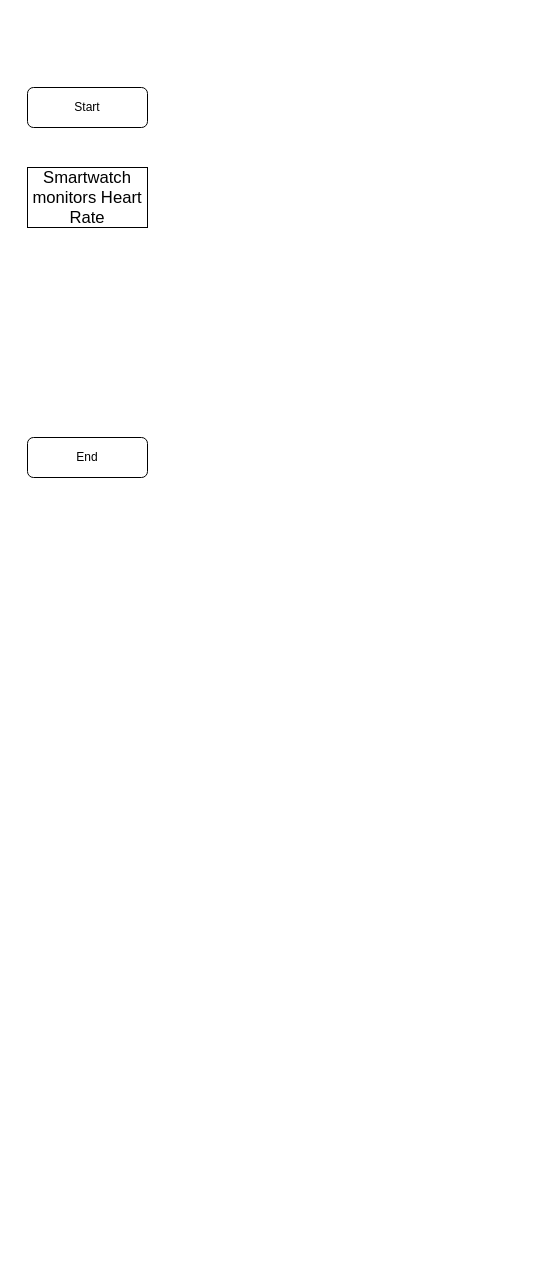
Earlier version of the draw.io diagram src/Untitled Diagram.drawio (Panacota96/Group-11--Secure-against-personal-assaults-with-IoT-and-AI). Source tidied: cells renumbered, new cells numbered last; positions are measured from the earlier drawing's top-left corner, leaving out a move shared by most shapes. Both pictures are drawn from the tidied source at 100%, with x=0, y=0 at pixel (27, 87).
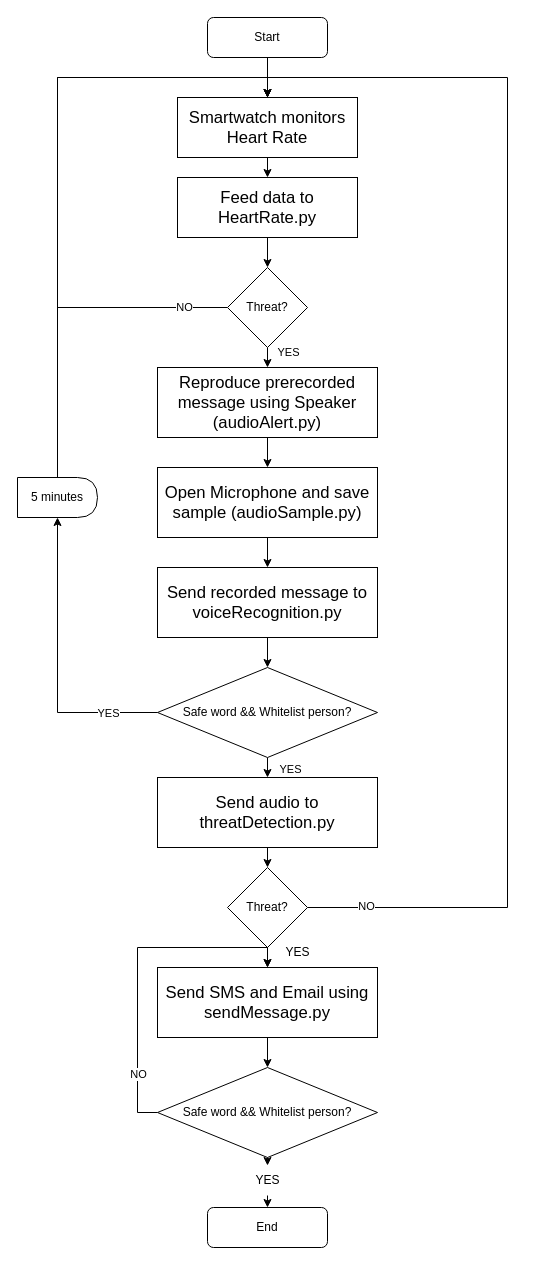
Above is the later version.

What changed in the source:
```diff
@@
-<mxGraphModel>
+<mxGraphModel background="#ffffff">
@@
+    <mxCell id="5" style="edgeStyle=orthogonalEdgeStyle;rounded=0;jettySize=auto;html=1;exitX=0.5;exitY=1;exitDx=0;exitDy=0;entryX=0.5;entryY=0;entryDx=0;entryDy=0;" parent="1" edge="1" source="2" target="4">
+      <mxGeometry relative="1" as="geometry" />
+    </mxCell>
     <mxCell id="2" value="Start" style="rounded=1;whiteSpace=wrap;html=1;fontSize=12;glass=0;strokeWidth=1;shadow=0;" parent="1" vertex="1">
-      <mxGeometry width="120" height="40" as="geometry" />
+      <mxGeometry x="180" y="-70" width="120" height="40" as="geometry" />
     </mxCell>
     <mxCell id="3" value="End" style="rounded=1;whiteSpace=wrap;html=1;fontSize=12;glass=0;strokeWidth=1;shadow=0;" parent="1" vertex="1">
-      <mxGeometry y="350" width="120" height="40" as="geometry" />
+      <mxGeometry x="180" y="1120" width="120" height="40" as="geometry" />
     </mxCell>
+    <mxCell id="6" style="edgeStyle=orthogonalEdgeStyle;rounded=0;jettySize=auto;html=1;exitX=0.5;exitY=1;exitDx=0;exitDy=0;entryX=0.5;entryY=0;entryDx=0;entryDy=0;" parent="1" edge="1" source="4" target="8">
+      <mxGeometry relative="1" as="geometry" />
+    </mxCell>
     <mxCell id="4" value="&lt;span data-lucid-content=&quot;{&amp;quot;t&amp;quot;:&amp;quot;Smartwatch monitors Heart Rate&amp;quot;,&amp;quot;m&amp;quot;:[{&amp;quot;s&amp;quot;:0,&amp;quot;n&amp;quot;:&amp;quot;p&amp;quot;,&amp;quot;v&amp;quot;:1.2},{&amp;quot;s&amp;quot;:0,&amp;quot;n&amp;quot;:&amp;quot;a&amp;quot;,&amp;quot;v&amp;quot;:&amp;quot;center&amp;quot;},{&amp;quot;s&amp;quot;:0,&amp;quot;n&amp;quot;:&amp;quot;s&amp;quot;,&amp;quot;v&amp;quot;:22.22222222222222,&amp;quot;e&amp;quot;:30},{&amp;quot;s&amp;quot;:0,&amp;quot;n&amp;quot;:&amp;quot;fsp&amp;quot;,&amp;quot;v&amp;quot;:&amp;quot;ss_presetShapeStyle2_textStyle&amp;quot;,&amp;quot;e&amp;quot;:30},{&amp;quot;s&amp;quot;:0,&amp;quot;n&amp;quot;:&amp;quot;fsp2&amp;quot;,&amp;quot;v&amp;quot;:&amp;quot;ss_presetShapeStyle2_textStyle&amp;quot;,&amp;quot;e&amp;quot;:30}]}&quot;&gt;&lt;span style=&quot;color:#000000;font-size:16.666666666666664px;&quot;&gt;Smartwatch monitors Heart Rate&lt;/span&gt;&lt;/span&gt;" style="rounded=0;whiteSpace=wrap;html=1;" parent="1" vertex="1">
-      <mxGeometry y="80" width="120" height="60" as="geometry" />
+      <mxGeometry x="150" y="10" width="180" height="60" as="geometry" />
     </mxCell>
+    <mxCell id="7" style="edgeStyle=orthogonalEdgeStyle;rounded=0;jettySize=auto;html=1;exitX=0.5;exitY=1;exitDx=0;exitDy=0;entryX=0.5;entryY=0;entryDx=0;entryDy=0;" parent="1" edge="1" source="8" target="13">
+      <mxGeometry relative="1" as="geometry" />
+    </mxCell>
+    <mxCell id="8" value="&lt;span data-lucid-content=&quot;{&amp;quot;t&amp;quot;:&amp;quot;Feed data to HeartRate.py&amp;quot;,&amp;quot;m&amp;quot;:[{&amp;quot;s&amp;quot;:0,&amp;quot;n&amp;quot;:&amp;quot;p&amp;quot;,&amp;quot;v&amp;quot;:1.2},{&amp;quot;s&amp;quot;:0,&amp;quot;n&amp;quot;:&amp;quot;a&amp;quot;,&amp;quot;v&amp;quot;:&amp;quot;center&amp;quot;},{&amp;quot;s&amp;quot;:0,&amp;quot;n&amp;quot;:&amp;quot;s&amp;quot;,&amp;quot;v&amp;quot;:22.22222222222222,&amp;quot;e&amp;quot;:25},{&amp;quot;s&amp;quot;:0,&amp;quot;n&amp;quot;:&amp;quot;fsp&amp;quot;,&amp;quot;v&amp;quot;:&amp;quot;ss_presetShapeStyle2_textStyle&amp;quot;,&amp;quot;e&amp;quot;:25},{&amp;quot;s&amp;quot;:0,&amp;quot;n&amp;quot;:&amp;quot;fsp2&amp;quot;,&amp;quot;v&amp;quot;:&amp;quot;ss_presetShapeStyle2_textStyle&amp;quot;,&amp;quot;e&amp;quot;:25}]}&quot;&gt;&lt;span style=&quot;color:#000000;font-size:16.666666666666664px;&quot;&gt;Feed data to HeartRate.py&lt;/span&gt;&lt;/span&gt;" style="rounded=0;whiteSpace=wrap;html=1;" parent="1" vertex="1">
+      <mxGeometry x="150" y="90" width="180" height="60" as="geometry" />
+    </mxCell>
+    <mxCell id="9" style="edgeStyle=orthogonalEdgeStyle;rounded=0;jettySize=auto;html=1;exitX=0;exitY=0.5;exitDx=0;exitDy=0;entryX=0.5;entryY=0;entryDx=0;entryDy=0;" parent="1" edge="1" source="13" target="4">
+      <mxGeometry relative="1" as="geometry">
+        <Array as="points">
+          <mxPoint x="30" y="220" />
+          <mxPoint x="30" y="-10" />
+          <mxPoint x="240" y="-10" />
+        </Array>
+      </mxGeometry>
+    </mxCell>
+    <mxCell id="10" value="NO" style="edgeLabel;html=1;align=center;verticalAlign=middle;" parent="9" vertex="1">
+      <mxGeometry x="-0.86" y="-1" relative="1" as="geometry" />
+    </mxCell>
+    <mxCell id="11" style="edgeStyle=orthogonalEdgeStyle;rounded=0;jettySize=auto;html=1;exitX=0.5;exitY=1;exitDx=0;exitDy=0;entryX=0.5;entryY=0;entryDx=0;entryDy=0;" parent="1" edge="1" source="13" target="15">
+      <mxGeometry relative="1" as="geometry" />
+    </mxCell>
+    <mxCell id="12" value="YES" style="edgeLabel;html=1;align=center;verticalAlign=middle;" parent="11" vertex="1">
+      <mxGeometry x="-0.6" y="-1" relative="1" as="geometry">
+        <mxPoint x="21" as="offset" />
+      </mxGeometry>
+    </mxCell>
+    <mxCell id="13" value="Threat?" style="rhombus;whiteSpace=wrap;html=1;" parent="1" vertex="1">
+      <mxGeometry x="200" y="180" width="80" height="80" as="geometry" />
+    </mxCell>
+    <mxCell id="14" style="edgeStyle=orthogonalEdgeStyle;rounded=0;jettySize=auto;html=1;exitX=0.5;exitY=1;exitDx=0;exitDy=0;entryX=0.5;entryY=0;entryDx=0;entryDy=0;" parent="1" edge="1" source="15" target="17">
+      <mxGeometry relative="1" as="geometry" />
+    </mxCell>
+    <mxCell id="15" value="&lt;span data-lucid-content=&quot;{&amp;quot;t&amp;quot;:&amp;quot;Reproduce prerecorded message using Speaker (audioAlert.py)&amp;quot;,&amp;quot;m&amp;quot;:[{&amp;quot;s&amp;quot;:0,&amp;quot;n&amp;quot;:&amp;quot;p&amp;quot;,&amp;quot;v&amp;quot;:1.2},{&amp;quot;s&amp;quot;:0,&amp;quot;n&amp;quot;:&amp;quot;a&amp;quot;,&amp;quot;v&amp;quot;:&amp;quot;center&amp;quot;},{&amp;quot;s&amp;quot;:0,&amp;quot;n&amp;quot;:&amp;quot;s&amp;quot;,&amp;quot;v&amp;quot;:22.22222222222222,&amp;quot;e&amp;quot;:59},{&amp;quot;s&amp;quot;:0,&amp;quot;n&amp;quot;:&amp;quot;fsp&amp;quot;,&amp;quot;v&amp;quot;:&amp;quot;ss_presetShapeStyle2_textStyle&amp;quot;,&amp;quot;e&amp;quot;:59},{&amp;quot;s&amp;quot;:0,&amp;quot;n&amp;quot;:&amp;quot;fsp2&amp;quot;,&amp;quot;v&amp;quot;:&amp;quot;ss_presetShapeStyle2_textStyle&amp;quot;,&amp;quot;e&amp;quot;:59}]}&quot;&gt;&lt;span style=&quot;color:#000000;font-size:16.666666666666664px;&quot;&gt;Reproduce prerecorded message using Speaker (audioAlert.py)&lt;/span&gt;&lt;/span&gt;" style="rounded=0;whiteSpace=wrap;html=1;" parent="1" vertex="1">
+      <mxGeometry x="130" y="280" width="220" height="70" as="geometry" />
+    </mxCell>
+    <mxCell id="16" style="edgeStyle=orthogonalEdgeStyle;rounded=0;jettySize=auto;html=1;exitX=0.5;exitY=1;exitDx=0;exitDy=0;entryX=0.5;entryY=0;entryDx=0;entryDy=0;" parent="1" edge="1" source="17" target="19">
+      <mxGeometry relative="1" as="geometry" />
+    </mxCell>
+    <mxCell id="17" value="&lt;span data-lucid-content=&quot;{&amp;quot;t&amp;quot;:&amp;quot;Open Microphone and save sample (audioSample.py)&amp;quot;,&amp;quot;m&amp;quot;:[{&amp;quot;s&amp;quot;:0,&amp;quot;n&amp;quot;:&amp;quot;p&amp;quot;,&amp;quot;v&amp;quot;:1.2},{&amp;quot;s&amp;quot;:0,&amp;quot;n&amp;quot;:&amp;quot;a&amp;quot;,&amp;quot;v&amp;quot;:&amp;quot;center&amp;quot;},{&amp;quot;s&amp;quot;:0,&amp;quot;n&amp;quot;:&amp;quot;s&amp;quot;,&amp;quot;v&amp;quot;:22.22222222222222,&amp;quot;e&amp;quot;:48},{&amp;quot;s&amp;quot;:0,&amp;quot;n&amp;quot;:&amp;quot;fsp&amp;quot;,&amp;quot;v&amp;quot;:&amp;quot;ss_presetShapeStyle2_textStyle&amp;quot;,&amp;quot;e&amp;quot;:48},{&amp;quot;s&amp;quot;:0,&amp;quot;n&amp;quot;:&amp;quot;fsp2&amp;quot;,&amp;quot;v&amp;quot;:&amp;quot;ss_presetShapeStyle2_textStyle&amp;quot;,&amp;quot;e&amp;quot;:48}]}&quot;&gt;&lt;span style=&quot;color:#000000;font-size:16.666666666666664px;&quot;&gt;Open Microphone and save sample (audioSample.py)&lt;/span&gt;&lt;/span&gt;" style="rounded=0;whiteSpace=wrap;html=1;" parent="1" vertex="1">
+      <mxGeometry x="130" y="380" width="220" height="70" as="geometry" />
+    </mxCell>
+    <mxCell id="18" style="edgeStyle=orthogonalEdgeStyle;rounded=0;jettySize=auto;html=1;exitX=0.5;exitY=1;exitDx=0;exitDy=0;entryX=0.5;entryY=0;entryDx=0;entryDy=0;" parent="1" edge="1" source="19" target="21">
+      <mxGeometry relative="1" as="geometry" />
+    </mxCell>
+    <mxCell id="19" value="&lt;span data-lucid-content=&quot;{&amp;quot;t&amp;quot;:&amp;quot;Send recorded message to voiceRecognition.py&amp;quot;,&amp;quot;m&amp;quot;:[{&amp;quot;s&amp;quot;:0,&amp;quot;n&amp;quot;:&amp;quot;p&amp;quot;,&amp;quot;v&amp;quot;:1.2},{&amp;quot;s&amp;quot;:0,&amp;quot;n&amp;quot;:&amp;quot;a&amp;quot;,&amp;quot;v&amp;quot;:&amp;quot;center&amp;quot;},{&amp;quot;s&amp;quot;:0,&amp;quot;n&amp;quot;:&amp;quot;s&amp;quot;,&amp;quot;v&amp;quot;:22.22222222222222,&amp;quot;e&amp;quot;:44},{&amp;quot;s&amp;quot;:0,&amp;quot;n&amp;quot;:&amp;quot;fsp&amp;quot;,&amp;quot;v&amp;quot;:&amp;quot;ss_presetShapeStyle2_textStyle&amp;quot;,&amp;quot;e&amp;quot;:44},{&amp;quot;s&amp;quot;:0,&amp;quot;n&amp;quot;:&amp;quot;fsp2&amp;quot;,&amp;quot;v&amp;quot;:&amp;quot;ss_presetShapeStyle2_textStyle&amp;quot;,&amp;quot;e&amp;quot;:44}]}&quot;&gt;&lt;span style=&quot;color:#000000;font-size:16.666666666666664px;&quot;&gt;Send recorded message to voiceRecognition.py&lt;/span&gt;&lt;/span&gt;" style="rounded=0;whiteSpace=wrap;html=1;" parent="1" vertex="1">
+      <mxGeometry x="130" y="480" width="220" height="70" as="geometry" />
+    </mxCell>
+    <mxCell id="20" style="edgeStyle=orthogonalEdgeStyle;rounded=0;jettySize=auto;html=1;exitX=0.5;exitY=1;exitDx=0;exitDy=0;entryX=0.5;entryY=0;entryDx=0;entryDy=0;" parent="1" edge="1" source="21" target="27">
+      <mxGeometry relative="1" as="geometry" />
+    </mxCell>
+    <mxCell id="21" value="Safe word &amp;amp;&amp;amp; Whitelist person?" style="rhombus;whiteSpace=wrap;html=1;" parent="1" vertex="1">
+      <mxGeometry x="130" y="580" width="220" height="90" as="geometry" />
+    </mxCell>
+    <mxCell id="22" style="edgeStyle=orthogonalEdgeStyle;rounded=0;jettySize=auto;html=1;exitX=0;exitY=0.5;exitDx=0;exitDy=0;" parent="1" edge="1" source="21" target="25">
+      <mxGeometry relative="1" as="geometry" />
+    </mxCell>
+    <mxCell id="23" value="YES" style="edgeLabel;html=1;align=center;verticalAlign=middle;" parent="22" vertex="1">
+      <mxGeometry x="-0.94" y="3" relative="1" as="geometry">
+        <mxPoint x="-41" y="-3" as="offset" />
+      </mxGeometry>
+    </mxCell>
+    <mxCell id="24" style="edgeStyle=orthogonalEdgeStyle;rounded=0;jettySize=auto;html=1;exitX=0.5;exitY=0;exitDx=0;exitDy=0;entryX=0.5;entryY=0;entryDx=0;entryDy=0;" parent="1" edge="1" source="25" target="4">
+      <mxGeometry relative="1" as="geometry" />
+    </mxCell>
+    <mxCell id="25" value="5 minutes" style="shape=delay;whiteSpace=wrap;html=1;" parent="1" vertex="1">
+      <mxGeometry x="-10" y="390" width="80" height="40" as="geometry" />
+    </mxCell>
+    <mxCell id="26" style="edgeStyle=orthogonalEdgeStyle;rounded=0;jettySize=auto;html=1;exitX=0.5;exitY=1;exitDx=0;exitDy=0;entryX=0.5;entryY=0;entryDx=0;entryDy=0;" parent="1" edge="1" source="27" target="32">
+      <mxGeometry relative="1" as="geometry" />
+    </mxCell>
+    <mxCell id="27" value="&lt;span data-lucid-content=&quot;{&amp;quot;t&amp;quot;:&amp;quot;Send audio to threatDetection.py&amp;quot;,&amp;quot;m&amp;quot;:[{&amp;quot;s&amp;quot;:0,&amp;quot;n&amp;quot;:&amp;quot;p&amp;quot;,&amp;quot;v&amp;quot;:1.2},{&amp;quot;s&amp;quot;:0,&amp;quot;n&amp;quot;:&amp;quot;a&amp;quot;,&amp;quot;v&amp;quot;:&amp;quot;center&amp;quot;},{&amp;quot;s&amp;quot;:0,&amp;quot;n&amp;quot;:&amp;quot;s&amp;quot;,&amp;quot;v&amp;quot;:22.22222222222222,&amp;quot;e&amp;quot;:32},{&amp;quot;s&amp;quot;:0,&amp;quot;n&amp;quot;:&amp;quot;fsp&amp;quot;,&amp;quot;v&amp;quot;:&amp;quot;ss_presetShapeStyle2_textStyle&amp;quot;,&amp;quot;e&amp;quot;:32},{&amp;quot;s&amp;quot;:0,&amp;quot;n&amp;quot;:&amp;quot;fsp2&amp;quot;,&amp;quot;v&amp;quot;:&amp;quot;ss_presetShapeStyle2_textStyle&amp;quot;,&amp;quot;e&amp;quot;:32}]}&quot;&gt;&lt;span style=&quot;color:#000000;font-size:16.666666666666664px;&quot;&gt;Send audio to threatDetection.py&lt;/span&gt;&lt;/span&gt;" style="rounded=0;whiteSpace=wrap;html=1;" parent="1" vertex="1">
+      <mxGeometry x="130" y="690" width="220" height="70" as="geometry" />
+    </mxCell>
+    <mxCell id="28" value="YES" style="edgeLabel;html=1;align=center;verticalAlign=middle;" parent="1" vertex="1">
+      <mxGeometry x="440" y="530" as="geometry">
+        <mxPoint x="-178" y="151" as="offset" />
+      </mxGeometry>
+    </mxCell>
+    <mxCell id="29" style="edgeStyle=orthogonalEdgeStyle;rounded=0;jettySize=auto;html=1;exitX=1;exitY=0.5;exitDx=0;exitDy=0;entryX=0.5;entryY=0;entryDx=0;entryDy=0;" parent="1" edge="1" source="32" target="4">
+      <mxGeometry relative="1" as="geometry">
+        <Array as="points">
+          <mxPoint x="480" y="820" />
+          <mxPoint x="480" y="-10" />
+          <mxPoint x="240" y="-10" />
+        </Array>
+      </mxGeometry>
+    </mxCell>
+    <mxCell id="30" value="NO" style="edgeLabel;html=1;align=center;verticalAlign=middle;" parent="29" vertex="1">
+      <mxGeometry x="-0.91" y="2" relative="1" as="geometry" />
+    </mxCell>
+    <mxCell id="31" style="edgeStyle=orthogonalEdgeStyle;rounded=0;jettySize=auto;html=1;exitX=0.5;exitY=1;exitDx=0;exitDy=0;entryX=0.5;entryY=0;entryDx=0;entryDy=0;" parent="1" edge="1" source="32" target="34">
+      <mxGeometry relative="1" as="geometry" />
+    </mxCell>
+    <mxCell id="32" value="Threat?" style="rhombus;whiteSpace=wrap;html=1;" parent="1" vertex="1">
+      <mxGeometry x="200" y="780" width="80" height="80" as="geometry" />
+    </mxCell>
+    <mxCell id="33" style="edgeStyle=orthogonalEdgeStyle;rounded=0;jettySize=auto;html=1;exitX=0.5;exitY=1;exitDx=0;exitDy=0;entryX=0.5;entryY=0;entryDx=0;entryDy=0;" parent="1" edge="1" source="34" target="39">
+      <mxGeometry relative="1" as="geometry" />
+    </mxCell>
+    <mxCell id="34" value="&lt;span data-lucid-content=&quot;{&amp;quot;t&amp;quot;:&amp;quot;Send SMS and Email using sendMessage.py&amp;quot;,&amp;quot;m&amp;quot;:[{&amp;quot;s&amp;quot;:0,&amp;quot;n&amp;quot;:&amp;quot;p&amp;quot;,&amp;quot;v&amp;quot;:1.2},{&amp;quot;s&amp;quot;:0,&amp;quot;n&amp;quot;:&amp;quot;a&amp;quot;,&amp;quot;v&amp;quot;:&amp;quot;center&amp;quot;},{&amp;quot;s&amp;quot;:0,&amp;quot;n&amp;quot;:&amp;quot;s&amp;quot;,&amp;quot;v&amp;quot;:22.22222222222222,&amp;quot;e&amp;quot;:39},{&amp;quot;s&amp;quot;:0,&amp;quot;n&amp;quot;:&amp;quot;fsp&amp;quot;,&amp;quot;v&amp;quot;:&amp;quot;ss_presetShapeStyle3_textStyle&amp;quot;,&amp;quot;e&amp;quot;:39},{&amp;quot;s&amp;quot;:0,&amp;quot;n&amp;quot;:&amp;quot;fsp2&amp;quot;,&amp;quot;v&amp;quot;:&amp;quot;ss_presetShapeStyle3_textStyle&amp;quot;,&amp;quot;e&amp;quot;:39}]}&quot;&gt;&lt;span style=&quot;color:#000000;font-size:16.666666666666664px;&quot;&gt;Send SMS and Email using sendMessage.py&lt;/span&gt;&lt;/span&gt;" style="rounded=0;whiteSpace=wrap;html=1;" parent="1" vertex="1">
+      <mxGeometry x="130" y="880" width="220" height="70" as="geometry" />
+    </mxCell>
+    <mxCell id="35" value="YES" style="text;html=1;align=center;verticalAlign=middle;strokeColor=none;fillColor=none;" parent="1" vertex="1">
+      <mxGeometry x="245" y="850" width="50" height="30" as="geometry" />
+    </mxCell>
+    <mxCell id="36" style="edgeStyle=orthogonalEdgeStyle;rounded=0;jettySize=auto;html=1;exitX=0;exitY=0.5;exitDx=0;exitDy=0;entryX=0.5;entryY=0;entryDx=0;entryDy=0;" parent="1" edge="1" source="39" target="34">
+      <mxGeometry relative="1" as="geometry">
+        <Array as="points">
+          <mxPoint x="110" y="1025" />
+          <mxPoint x="110" y="860" />
+          <mxPoint x="240" y="860" />
+        </Array>
+      </mxGeometry>
+    </mxCell>
+    <mxCell id="37" value="NO" style="edgeLabel;html=1;align=center;verticalAlign=middle;" parent="36" vertex="1">
+      <mxGeometry x="-0.65" relative="1" as="geometry" />
+    </mxCell>
+    <mxCell id="38" style="edgeStyle=orthogonalEdgeStyle;rounded=0;jettySize=auto;html=1;exitX=0.5;exitY=1;exitDx=0;exitDy=0;entryX=0.5;entryY=0;entryDx=0;entryDy=0;" parent="1" edge="1" source="41" target="3">
+      <mxGeometry relative="1" as="geometry" />
+    </mxCell>
+    <mxCell id="39" value="Safe word &amp;amp;&amp;amp; Whitelist person?" style="rhombus;whiteSpace=wrap;html=1;" parent="1" vertex="1">
+      <mxGeometry x="130" y="980" width="220" height="90" as="geometry" />
+    </mxCell>
+    <mxCell id="40" style="edgeStyle=orthogonalEdgeStyle;rounded=0;jettySize=auto;html=1;exitX=0.5;exitY=1;exitDx=0;exitDy=0;entryX=0.5;entryY=0;entryDx=0;entryDy=0;" parent="1" edge="1" source="39" target="41">
+      <mxGeometry relative="1" as="geometry" />
+    </mxCell>
+    <mxCell id="41" value="YES" style="text;html=1;align=center;verticalAlign=middle;points=[];strokeColor=none;fillColor=none;" parent="1" vertex="1">
+      <mxGeometry x="215" y="1078" width="50" height="30" as="geometry" />
+    </mxCell>
```
